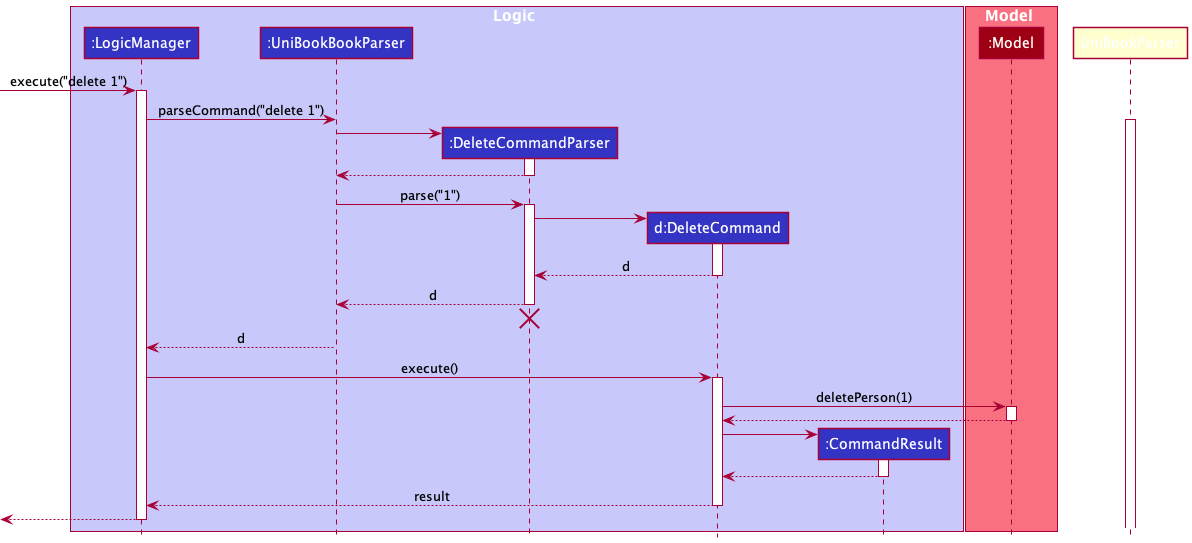
Earlier version of the PlantUML export docs/images/DeleteSequenceDiagram.png (nus-cs2103-AY2122S2/tp).
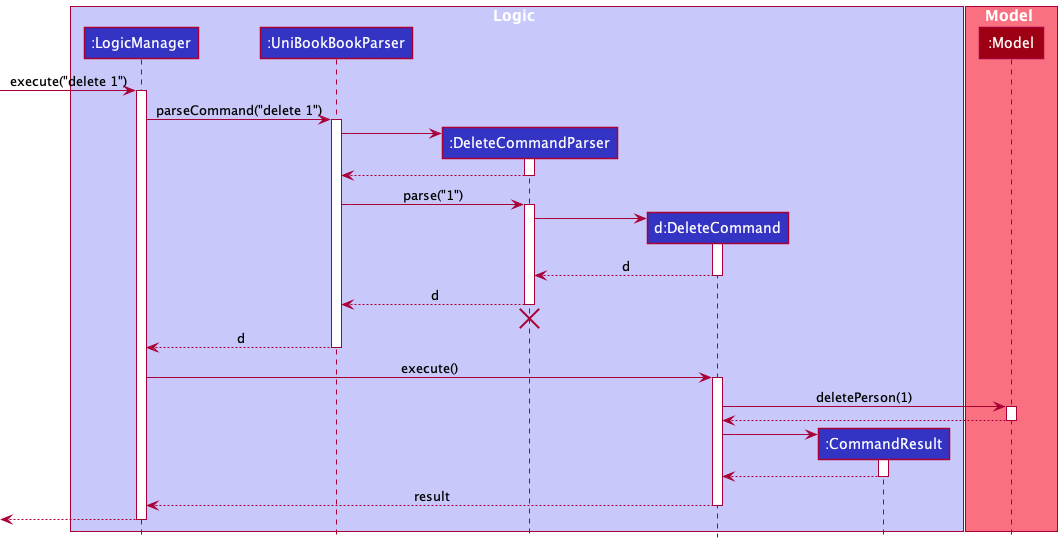
Later version of the same file.

Commit message:
Edit delete sequence diagram

Change to the diagram source:
```diff
@@ -17,7 +17,7 @@
 activate LogicManager
 
 LogicManager -> UniBookBookParser : parseCommand("delete 1")
-activate UniBookParser
+activate UniBookBookParser
 
 create DeleteCommandParser
 UniBookBookParser -> DeleteCommandParser
```
